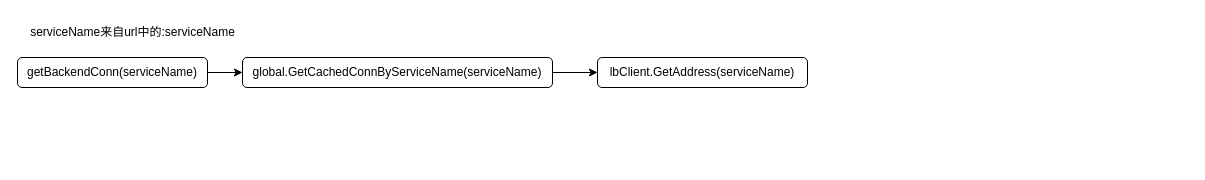
NicoleRobin/my_draw keeps this draw.io diagram as lb.drawio. Above is the earlier version. Source tidied: cells renumbered, new cells numbered last; positions are measured from the earlier drawing's top-left corner, leaving out a move shared by most shapes. Both pictures are drawn from the tidied source at 100%, with x=0, y=0 at pixel (17, 17).
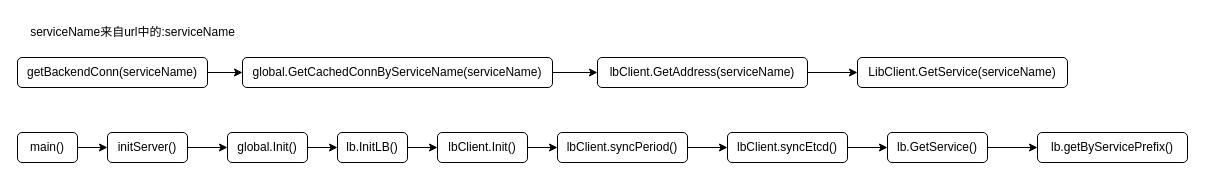
The same page after the edit.

Unchanged cells that the change refers to:
```xml
<mxCell id="6" value="lbClient.GetAddress(serviceName)" style="whiteSpace=wrap;html=1;rounded=1;glass=0;strokeWidth=1;shadow=0;" parent="1" vertex="1">
  <mxGeometry x="580" y="40" width="210" height="30" as="geometry" />
</mxCell>
```

Change to the diagram source:
```diff
@@
+    <mxCell id="8" style="edgeStyle=orthogonalEdgeStyle;rounded=0;jettySize=auto;html=1;" parent="1" edge="1" source="6" target="9">
+      <mxGeometry relative="1" as="geometry" />
+    </mxCell>
@@
+    <mxCell id="9" value="LibClient.GetService(serviceName)" style="whiteSpace=wrap;html=1;rounded=1;glass=0;strokeWidth=1;shadow=0;" parent="1" vertex="1">
+      <mxGeometry x="840" y="40" width="210" height="30" as="geometry" />
+    </mxCell>
+    <mxCell id="10" style="edgeStyle=orthogonalEdgeStyle;rounded=0;jettySize=auto;html=1;" parent="1" edge="1" source="11" target="13">
+      <mxGeometry relative="1" as="geometry" />
+    </mxCell>
+    <mxCell id="11" value="main()" style="rounded=1;whiteSpace=wrap;html=1;fontSize=12;glass=0;strokeWidth=1;shadow=0;" parent="1" vertex="1">
+      <mxGeometry y="115" width="60" height="30" as="geometry" />
+    </mxCell>
+    <mxCell id="12" style="edgeStyle=orthogonalEdgeStyle;rounded=0;jettySize=auto;html=1;" parent="1" edge="1" source="13" target="15">
+      <mxGeometry relative="1" as="geometry" />
+    </mxCell>
+    <mxCell id="13" value="initServer()" style="whiteSpace=wrap;html=1;rounded=1;glass=0;strokeWidth=1;shadow=0;" parent="1" vertex="1">
+      <mxGeometry x="90" y="115" width="80" height="30" as="geometry" />
+    </mxCell>
+    <mxCell id="14" style="edgeStyle=orthogonalEdgeStyle;rounded=0;jettySize=auto;html=1;" parent="1" edge="1" source="15" target="17">
+      <mxGeometry relative="1" as="geometry" />
+    </mxCell>
+    <mxCell id="15" value="global.Init()" style="whiteSpace=wrap;html=1;rounded=1;glass=0;strokeWidth=1;shadow=0;" parent="1" vertex="1">
+      <mxGeometry x="210" y="115" width="80" height="30" as="geometry" />
+    </mxCell>
+    <mxCell id="16" style="edgeStyle=orthogonalEdgeStyle;rounded=0;jettySize=auto;html=1;" parent="1" edge="1" source="17" target="19">
+      <mxGeometry relative="1" as="geometry" />
+    </mxCell>
+    <mxCell id="17" value="lb.InitLB()" style="whiteSpace=wrap;html=1;rounded=1;glass=0;strokeWidth=1;shadow=0;" parent="1" vertex="1">
+      <mxGeometry x="320" y="115" width="70" height="30" as="geometry" />
+    </mxCell>
+    <mxCell id="18" style="edgeStyle=orthogonalEdgeStyle;rounded=0;jettySize=auto;html=1;" parent="1" edge="1" source="19" target="21">
+      <mxGeometry relative="1" as="geometry" />
+    </mxCell>
+    <mxCell id="19" value="lbClient.Init()" style="whiteSpace=wrap;html=1;rounded=1;glass=0;strokeWidth=1;shadow=0;" parent="1" vertex="1">
+      <mxGeometry x="420" y="115" width="90" height="30" as="geometry" />
+    </mxCell>
+    <mxCell id="20" style="edgeStyle=orthogonalEdgeStyle;rounded=0;jettySize=auto;html=1;" parent="1" edge="1" source="21" target="23">
+      <mxGeometry relative="1" as="geometry" />
+    </mxCell>
+    <mxCell id="21" value="lbClient.syncPeriod()" style="whiteSpace=wrap;html=1;rounded=1;glass=0;strokeWidth=1;shadow=0;" parent="1" vertex="1">
+      <mxGeometry x="540" y="115" width="130" height="30" as="geometry" />
+    </mxCell>
+    <mxCell id="22" style="edgeStyle=orthogonalEdgeStyle;rounded=0;jettySize=auto;html=1;" parent="1" edge="1" source="23" target="25">
+      <mxGeometry relative="1" as="geometry" />
+    </mxCell>
+    <mxCell id="23" value="lbClient.syncEtcd()" style="whiteSpace=wrap;html=1;rounded=1;glass=0;strokeWidth=1;shadow=0;" parent="1" vertex="1">
+      <mxGeometry x="710" y="115" width="120" height="30" as="geometry" />
+    </mxCell>
+    <mxCell id="24" style="edgeStyle=orthogonalEdgeStyle;rounded=0;jettySize=auto;html=1;" parent="1" edge="1" source="25" target="26">
+      <mxGeometry relative="1" as="geometry" />
+    </mxCell>
+    <mxCell id="25" value="lb.GetService()" style="whiteSpace=wrap;html=1;rounded=1;glass=0;strokeWidth=1;shadow=0;" parent="1" vertex="1">
+      <mxGeometry x="870" y="115" width="100" height="30" as="geometry" />
+    </mxCell>
+    <mxCell id="26" value="lb.getByServicePrefix()" style="whiteSpace=wrap;html=1;rounded=1;glass=0;strokeWidth=1;shadow=0;" parent="1" vertex="1">
+      <mxGeometry x="1020" y="115" width="150" height="30" as="geometry" />
+    </mxCell>
```
